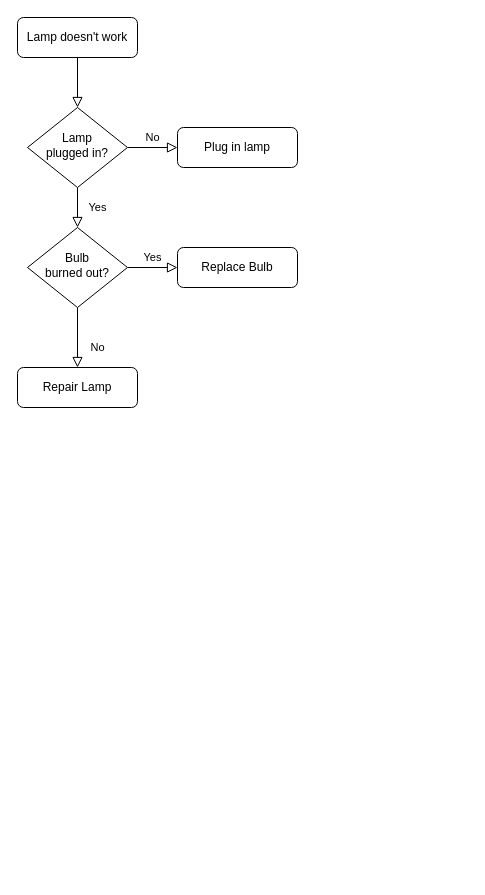
Above: Cubes.drawio in 257m/flowcharts (draw.io), before the change. Source tidied: cells renumbered, new cells numbered last; positions are measured from the earlier drawing's top-left corner, leaving out a move shared by most shapes. Both pictures are drawn from the tidied source at 100%, with x=0, y=0 at pixel (17, 17).
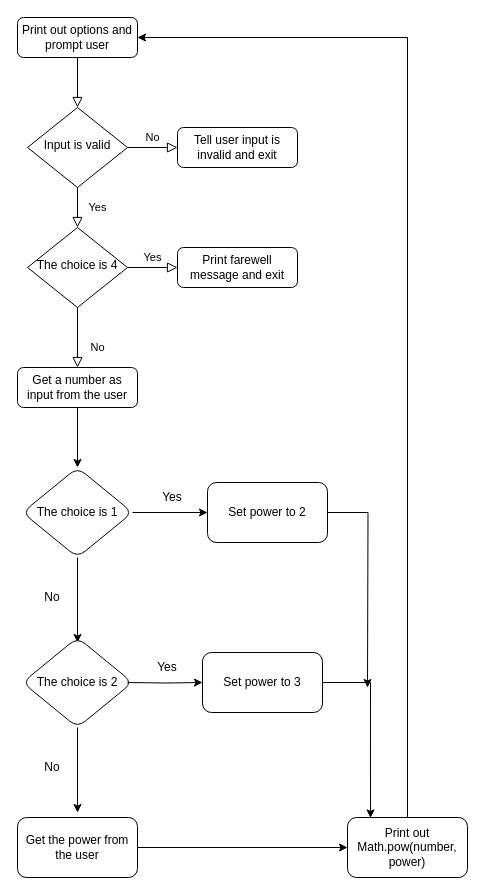
The same page after the edit.

Change to the diagram source:
```diff
@@
-    <mxCell id="3" value="Lamp doesn't work" style="rounded=1;whiteSpace=wrap;html=1;fontSize=12;glass=0;strokeWidth=1;shadow=0;" parent="1" vertex="1">
+    <mxCell id="3" value="Print out options and prompt user" style="rounded=1;whiteSpace=wrap;html=1;fontSize=12;glass=0;strokeWidth=1;shadow=0;" parent="1" vertex="1">
       <mxGeometry width="120" height="40" as="geometry" />
     </mxCell>
@@
-    <mxCell id="6" value="Lamp&lt;br&gt;plugged in?" style="rhombus;whiteSpace=wrap;html=1;shadow=0;fontFamily=Helvetica;fontSize=12;align=center;strokeWidth=1;spacing=6;spacingTop=-4;" parent="1" vertex="1">
+    <mxCell id="6" value="Input is valid" style="rhombus;whiteSpace=wrap;html=1;shadow=0;fontFamily=Helvetica;fontSize=12;align=center;strokeWidth=1;spacing=6;spacingTop=-4;" parent="1" vertex="1">
       <mxGeometry x="10" y="90" width="100" height="80" as="geometry" />
     </mxCell>
-    <mxCell id="7" value="Plug in lamp" style="rounded=1;whiteSpace=wrap;html=1;fontSize=12;glass=0;strokeWidth=1;shadow=0;" parent="1" vertex="1">
+    <mxCell id="7" value="Tell user input is invalid and exit" style="rounded=1;whiteSpace=wrap;html=1;fontSize=12;glass=0;strokeWidth=1;shadow=0;" parent="1" vertex="1">
       <mxGeometry x="160" y="110" width="120" height="40" as="geometry" />
     </mxCell>
@@
-    <mxCell id="10" value="Bulb&lt;br&gt;burned out?" style="rhombus;whiteSpace=wrap;html=1;shadow=0;fontFamily=Helvetica;fontSize=12;align=center;strokeWidth=1;spacing=6;spacingTop=-4;" parent="1" vertex="1">
+    <mxCell id="10" value="The choice is 4" style="rhombus;whiteSpace=wrap;html=1;shadow=0;fontFamily=Helvetica;fontSize=12;align=center;strokeWidth=1;spacing=6;spacingTop=-4;" parent="1" vertex="1">
       <mxGeometry x="10" y="210" width="100" height="80" as="geometry" />
     </mxCell>
+    <mxCell id="13" style="edgeStyle=orthogonalEdgeStyle;rounded=0;jettySize=auto;html=1;" parent="1" edge="1" source="11" target="16">
+      <mxGeometry relative="1" as="geometry" />
+    </mxCell>
-    <mxCell id="11" value="Repair Lamp" style="rounded=1;whiteSpace=wrap;html=1;fontSize=12;glass=0;strokeWidth=1;shadow=0;" parent="1" vertex="1">
+    <mxCell id="11" value="Get a number as input from the user" style="rounded=1;whiteSpace=wrap;html=1;fontSize=12;glass=0;strokeWidth=1;shadow=0;" parent="1" vertex="1">
       <mxGeometry y="350" width="120" height="40" as="geometry" />
     </mxCell>
-    <mxCell id="12" value="Replace Bulb" style="rounded=1;whiteSpace=wrap;html=1;fontSize=12;glass=0;strokeWidth=1;shadow=0;" parent="1" vertex="1">
+    <mxCell id="12" value="Print farewell message and exit" style="rounded=1;whiteSpace=wrap;html=1;fontSize=12;glass=0;strokeWidth=1;shadow=0;" parent="1" vertex="1">
       <mxGeometry x="160" y="230" width="120" height="40" as="geometry" />
     </mxCell>
+    <mxCell id="14" style="edgeStyle=orthogonalEdgeStyle;rounded=0;jettySize=auto;html=1;" parent="1" edge="1" source="16" target="18">
+      <mxGeometry relative="1" as="geometry" />
+    </mxCell>
+    <mxCell id="15" style="edgeStyle=orthogonalEdgeStyle;rounded=0;jettySize=auto;html=1;" parent="1" edge="1" source="16">
+      <mxGeometry relative="1" as="geometry">
+        <mxPoint x="60" y="625" as="targetPoint" />
+      </mxGeometry>
+    </mxCell>
+    <mxCell id="16" value="The choice is 1" style="rhombus;whiteSpace=wrap;html=1;rounded=1;glass=0;strokeWidth=1;shadow=0;" parent="1" vertex="1">
+      <mxGeometry x="5" y="450" width="110" height="90" as="geometry" />
+    </mxCell>
+    <mxCell id="17" style="edgeStyle=orthogonalEdgeStyle;rounded=0;jettySize=auto;html=1;exitX=1;exitY=0.5;exitDx=0;exitDy=0;" parent="1" edge="1" source="18">
+      <mxGeometry relative="1" as="geometry">
+        <mxPoint x="350" y="670" as="targetPoint" />
+      </mxGeometry>
+    </mxCell>
+    <mxCell id="18" value="Set power to 2" style="whiteSpace=wrap;html=1;rounded=1;glass=0;strokeWidth=1;shadow=0;" parent="1" vertex="1">
+      <mxGeometry x="190" y="465" width="120" height="60" as="geometry" />
+    </mxCell>
+    <mxCell id="19" value="Yes" style="text;html=1;align=center;verticalAlign=middle;whiteSpace=wrap;rounded=0;" parent="1" vertex="1">
+      <mxGeometry x="130" y="470" width="50" height="20" as="geometry" />
+    </mxCell>
+    <mxCell id="20" value="No" style="text;html=1;align=center;verticalAlign=middle;whiteSpace=wrap;rounded=0;" parent="1" vertex="1">
+      <mxGeometry x="10" y="570" width="50" height="20" as="geometry" />
+    </mxCell>
+    <mxCell id="21" value="The choice is 2" style="rhombus;whiteSpace=wrap;html=1;rounded=1;glass=0;strokeWidth=1;shadow=0;" parent="1" vertex="1">
+      <mxGeometry x="5" y="620" width="110" height="90" as="geometry" />
+    </mxCell>
+    <mxCell id="22" style="edgeStyle=orthogonalEdgeStyle;rounded=0;jettySize=auto;html=1;" parent="1" edge="1" target="23">
+      <mxGeometry relative="1" as="geometry">
+        <mxPoint x="110" y="665" as="sourcePoint" />
+      </mxGeometry>
+    </mxCell>
+    <mxCell id="23" value="Set power to 3" style="whiteSpace=wrap;html=1;rounded=1;glass=0;strokeWidth=1;shadow=0;" parent="1" vertex="1">
+      <mxGeometry x="185" y="635" width="120" height="60" as="geometry" />
+    </mxCell>
+    <mxCell id="24" value="Yes" style="text;html=1;align=center;verticalAlign=middle;whiteSpace=wrap;rounded=0;" parent="1" vertex="1">
+      <mxGeometry x="125" y="640" width="50" height="20" as="geometry" />
+    </mxCell>
+    <mxCell id="25" style="edgeStyle=orthogonalEdgeStyle;rounded=0;orthogonalLoop=1;jettySize=auto;html=1;" parent="1" edge="1">
+      <mxGeometry relative="1" as="geometry">
+        <mxPoint x="60" y="710" as="sourcePoint" />
+        <mxPoint x="60" y="795" as="targetPoint" />
+      </mxGeometry>
+    </mxCell>
+    <mxCell id="26" value="No" style="text;html=1;align=center;verticalAlign=middle;whiteSpace=wrap;rounded=0;" parent="1" vertex="1">
+      <mxGeometry x="10" y="740" width="50" height="20" as="geometry" />
+    </mxCell>
+    <mxCell id="27" style="edgeStyle=orthogonalEdgeStyle;rounded=0;jettySize=auto;html=1;" parent="1" edge="1" source="28" target="30">
+      <mxGeometry relative="1" as="geometry" />
+    </mxCell>
+    <mxCell id="28" value="Get the power from the user" style="whiteSpace=wrap;html=1;rounded=1;glass=0;strokeWidth=1;shadow=0;" parent="1" vertex="1">
+      <mxGeometry y="800" width="120" height="60" as="geometry" />
+    </mxCell>
+    <mxCell id="29" style="edgeStyle=orthogonalEdgeStyle;rounded=0;jettySize=auto;html=1;exitX=0.5;exitY=0;exitDx=0;exitDy=0;entryX=1;entryY=0.5;entryDx=0;entryDy=0;" parent="1" edge="1" source="30" target="3">
+      <mxGeometry relative="1" as="geometry" />
+    </mxCell>
+    <mxCell id="30" value="Print out Math.pow(number, power)" style="whiteSpace=wrap;html=1;rounded=1;glass=0;strokeWidth=1;shadow=0;" parent="1" vertex="1">
+      <mxGeometry x="330" y="800" width="120" height="60" as="geometry" />
+    </mxCell>
+    <mxCell id="31" style="edgeStyle=orthogonalEdgeStyle;rounded=0;jettySize=auto;html=1;exitX=1;exitY=0.5;exitDx=0;exitDy=0;entryX=0.192;entryY=0.007;entryDx=0;entryDy=0;entryPerimeter=0;" parent="1" edge="1" source="23" target="30">
+      <mxGeometry relative="1" as="geometry" />
+    </mxCell>
```
